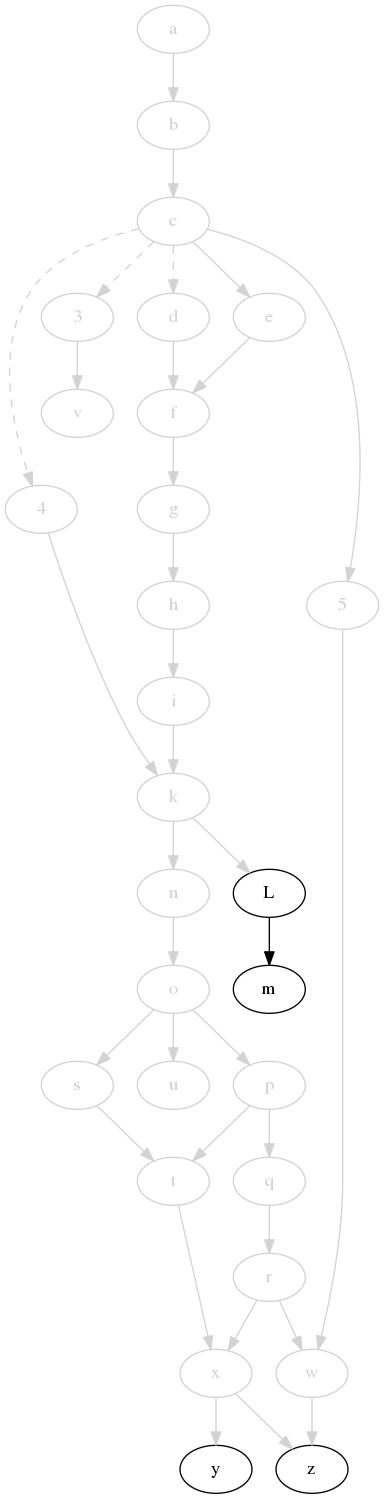
Before: svm-startup-deps.png, a diagram exported from Graphviz (jdmpapin/svm-startup-deps). Its source is kept beside it as svm-startup-deps.dot. Source of this version:
```dot
digraph {

    4 [color=lightgrey,fontcolor=lightgrey];
    3 [color=lightgrey,fontcolor=lightgrey];
    a [color=lightgrey,fontcolor=lightgrey];
    b [color=lightgrey,fontcolor=lightgrey];
    c [color=lightgrey,fontcolor=lightgrey];
    d [color=lightgrey,fontcolor=lightgrey];
    e [color=lightgrey,fontcolor=lightgrey];
    f [color=lightgrey,fontcolor=lightgrey];
    g [color=lightgrey,fontcolor=lightgrey];
    h [color=lightgrey,fontcolor=lightgrey];
    i [color=lightgrey,fontcolor=lightgrey];
    k [color=lightgrey,fontcolor=lightgrey];
    L;
    m;
    5 [color=lightgrey,fontcolor=lightgrey];
    n [color=lightgrey,fontcolor=lightgrey];
    o [color=lightgrey,fontcolor=lightgrey];
    p [color=lightgrey,fontcolor=lightgrey];
    q [color=lightgrey,fontcolor=lightgrey];
    r [color=lightgrey,fontcolor=lightgrey];
    s [color=lightgrey,fontcolor=lightgrey];
    t [color=lightgrey,fontcolor=lightgrey];
    u [color=lightgrey,fontcolor=lightgrey];
    v [color=lightgrey,fontcolor=lightgrey];
    w [color=lightgrey,fontcolor=lightgrey];
    x [color=lightgrey,fontcolor=lightgrey];
    y;
    z;

    4 -> k [color=lightgrey];
    c -> 4 [style=dashed,color=lightgrey];
    c -> 3 [style=dashed,color=lightgrey];
    c -> d [style=dashed,color=lightgrey];
    3 -> v [color=lightgrey];
    a -> b [color=lightgrey];
    b -> c [color=lightgrey];
    c -> e [color=lightgrey];
    c -> 5 [color=lightgrey];
    d -> f [color=lightgrey];
    e -> f [color=lightgrey];
    f -> g [color=lightgrey];
    g -> h [color=lightgrey];
    h -> i [color=lightgrey];
    i -> k [color=lightgrey];
    k -> L [color=lightgrey];
    L -> m;
    k -> n [color=lightgrey];
    n -> o [color=lightgrey];
    o -> p [color=lightgrey];
    p -> q [color=lightgrey];
    q -> r [color=lightgrey];
    o -> s [color=lightgrey];
    s -> t [color=lightgrey];
    p -> t [color=lightgrey];
    o -> u [color=lightgrey];
    5 -> w [color=lightgrey];
    r -> w [color=lightgrey];
    t -> x [color=lightgrey];
    r -> x [color=lightgrey];
    x -> y [color=lightgrey];
    x -> z [color=lightgrey];
    w -> z [color=lightgrey];
}
```
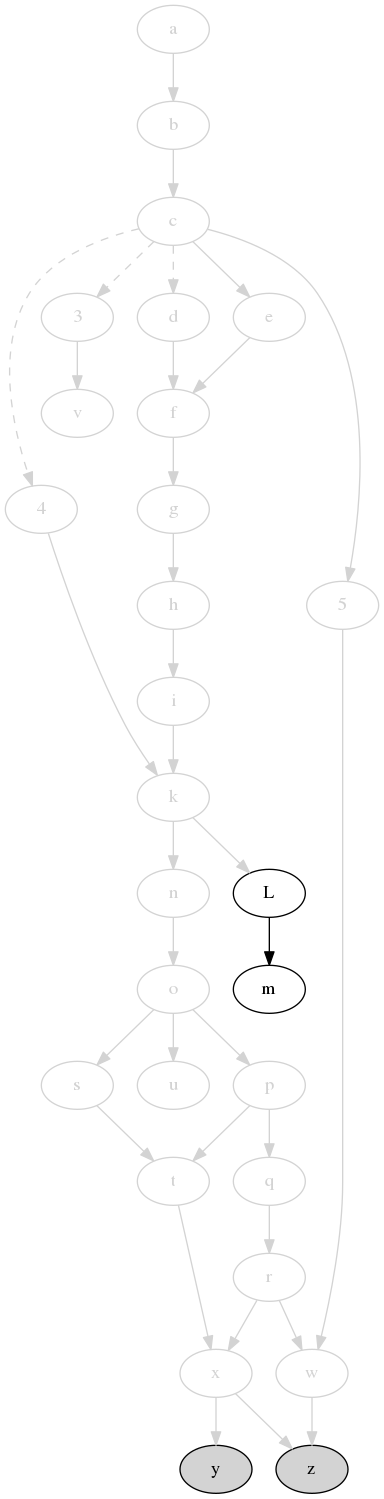
Above is the later version.

The edit, as a diff of the source:
```diff
@@ -26,8 +26,8 @@
     v [color=lightgrey,fontcolor=lightgrey];
     w [color=lightgrey,fontcolor=lightgrey];
     x [color=lightgrey,fontcolor=lightgrey];
-    y;
-    z;
+    y [style=filled,fillcolor=lightgrey];
+    z [style=filled,fillcolor=lightgrey];
 
     4 -> k [color=lightgrey];
     c -> 4 [style=dashed,color=lightgrey];
```
